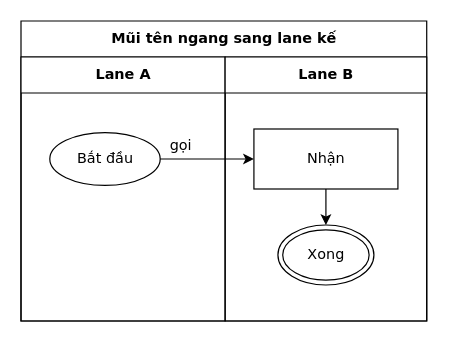
luytbq/flowcast keeps this draw.io diagram as conformance/golden/optimize/cases-02-horizontal-arrow.drawio. Above is the earlier version. Source tidied: cells renumbered, new cells numbered last; positions are measured from the earlier drawing's top-left corner, leaving out a move shared by most shapes. Both pictures are drawn from the tidied source at 120%, with x=0, y=0 at pixel (20, 20).
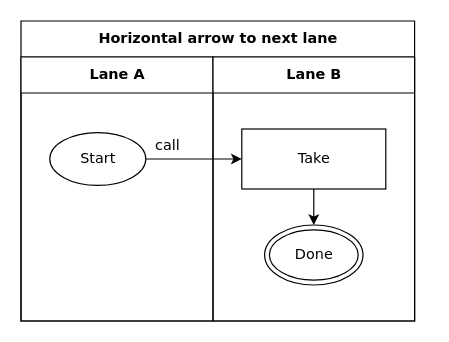
The same page after the edit.

What changed in the source:
```diff
@@
 <mxGraphModel>
   <root>
     <mxCell id="0" />
     <mxCell id="1" parent="0" />
-    <mxCell id="2" value="Mũi tên ngang sang lane kế" style="swimlane;html=1;startSize=30;fontStyle=1;fontFamily=Verdana;fontSize=12;flowtable=1;" parent="1" vertex="1">
-      <mxGeometry width="338.1" height="250" as="geometry" />
+    <mxCell id="2" value="Horizontal arrow to next lane" style="swimlane;html=1;startSize=30;fontStyle=1;fontFamily=Verdana;fontSize=12;flowtable=1;" parent="1" vertex="1">
+      <mxGeometry width="328" height="250" as="geometry" />
     </mxCell>
     <mxCell id="3" value="Lane A" style="swimlane;html=1;startSize=30;fontFamily=Verdana;fontSize=12;flowtable=1;" parent="2" vertex="1">
-      <mxGeometry y="30" width="170.1" height="220" as="geometry" />
+      <mxGeometry y="30" width="160" height="220" as="geometry" />
     </mxCell>
     <mxCell id="4" value="Lane B" style="swimlane;html=1;startSize=30;fontFamily=Verdana;fontSize=12;flowtable=1;" parent="2" vertex="1">
-      <mxGeometry x="170.1" y="30" width="168" height="220" as="geometry" />
+      <mxGeometry x="160" y="30" width="168" height="220" as="geometry" />
     </mxCell>
-    <mxCell id="5" value="Bắt đầu" style="ellipse;html=1;fontFamily=Verdana;fontSize=12;flowtable=1;" parent="3" vertex="1">
-      <mxGeometry x="24" y="63" width="92" height="44" as="geometry" />
+    <mxCell id="5" value="Start" style="ellipse;html=1;fontFamily=Verdana;fontSize=12;flowtable=1;" parent="3" vertex="1">
+      <mxGeometry x="24" y="63" width="80" height="44" as="geometry" />
     </mxCell>
-    <mxCell id="6" value="Nhận" style="rounded=0;html=1;fontFamily=Verdana;fontSize=12;flowtable=1;" parent="4" vertex="1">
+    <mxCell id="6" value="Take" style="rounded=0;html=1;fontFamily=Verdana;fontSize=12;flowtable=1;" parent="4" vertex="1">
       <mxGeometry x="24" y="60" width="120" height="50" as="geometry" />
     </mxCell>
-    <mxCell id="7" value="Xong" style="shape=doubleEllipse;html=1;fontFamily=Verdana;fontSize=12;flowtable=1;" parent="4" vertex="1">
-      <mxGeometry x="44" y="140" width="80" height="50" as="geometry" />
+    <mxCell id="7" value="Done" style="shape=doubleEllipse;html=1;fontFamily=Verdana;fontSize=12;flowtable=1;" parent="4" vertex="1">
+      <mxGeometry x="43" y="140" width="82" height="50" as="geometry" />
     </mxCell>
-    <mxCell id="8" value="gọi" style="edgeStyle=orthogonalEdgeStyle;rounded=0;jettySize=auto;html=1;labelBackgroundColor=default;exitX=1;exitY=0.5;exitDx=0;exitDy=0;entryX=0;entryY=0.5;entryDx=0;entryDy=0;fontFamily=Verdana;fontSize=12;flowtable=1;" parent="2" edge="1" source="5" target="6">
-      <mxGeometry x="-0.56" relative="1" as="geometry">
+    <mxCell id="8" value="call" style="edgeStyle=orthogonalEdgeStyle;rounded=0;jettySize=auto;html=1;labelBackgroundColor=default;exitX=1;exitY=0.5;exitDx=0;exitDy=0;entryX=0;entryY=0.5;entryDx=0;entryDy=0;fontFamily=Verdana;fontSize=12;flowtable=1;" parent="2" edge="1" source="5" target="6">
+      <mxGeometry x="-0.55" relative="1" as="geometry">
         <mxPoint y="-11.5" as="offset" />
       </mxGeometry>
     </mxCell>
     <mxCell id="9" style="edgeStyle=orthogonalEdgeStyle;rounded=0;jettySize=auto;html=1;labelBackgroundColor=default;exitX=0.5;exitY=1;exitDx=0;exitDy=0;entryX=0.5;entryY=0;entryDx=0;entryDy=0;fontFamily=Verdana;fontSize=12;flowtable=1;" parent="2" edge="1" source="6" target="7">
       <mxGeometry relative="1" as="geometry" />
     </mxCell>
   </root>
 </mxGraphModel>
```
